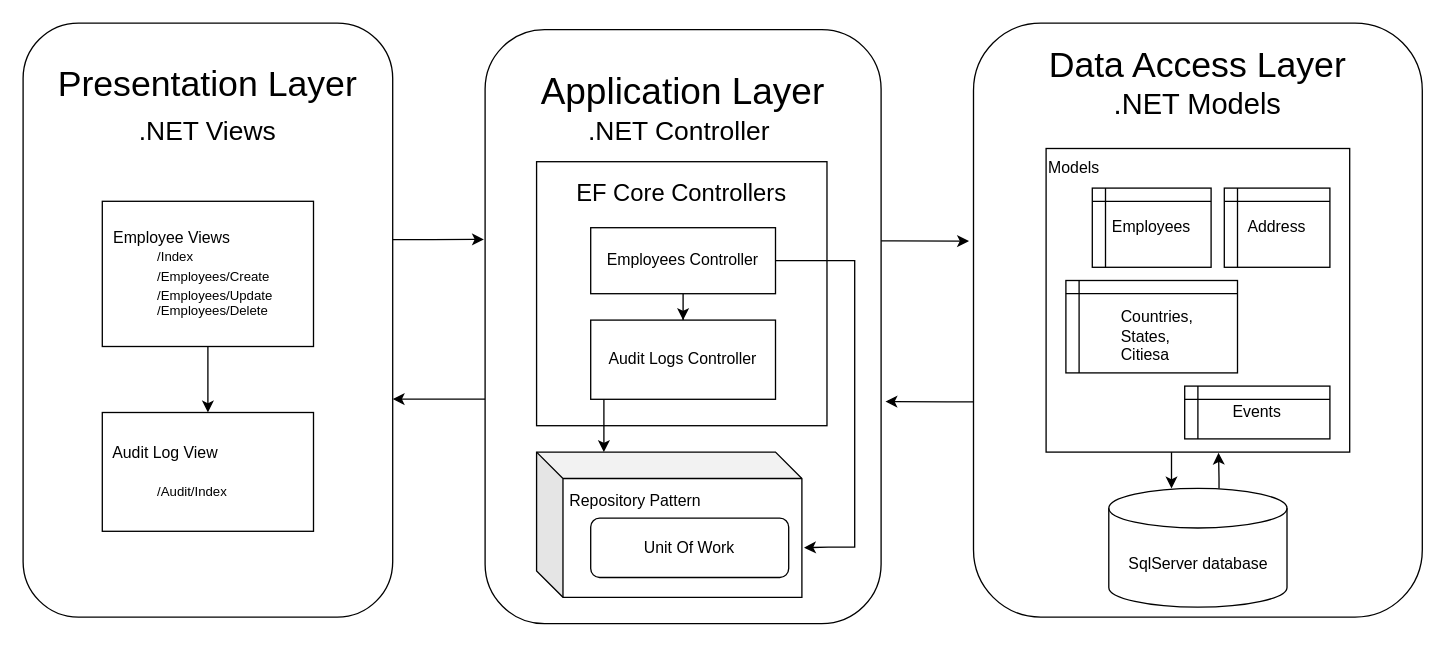
Above: src/assets/Untitled Diagram.drawio in ShivaShirsath/React-AuditForEmp (draw.io), before the change. Source tidied: cells renumbered, new cells numbered last; positions are measured from the earlier drawing's top-left corner, leaving out a move shared by most shapes. Both pictures are drawn from the tidied source at 132%, with x=0, y=0 at pixel (22, 22).
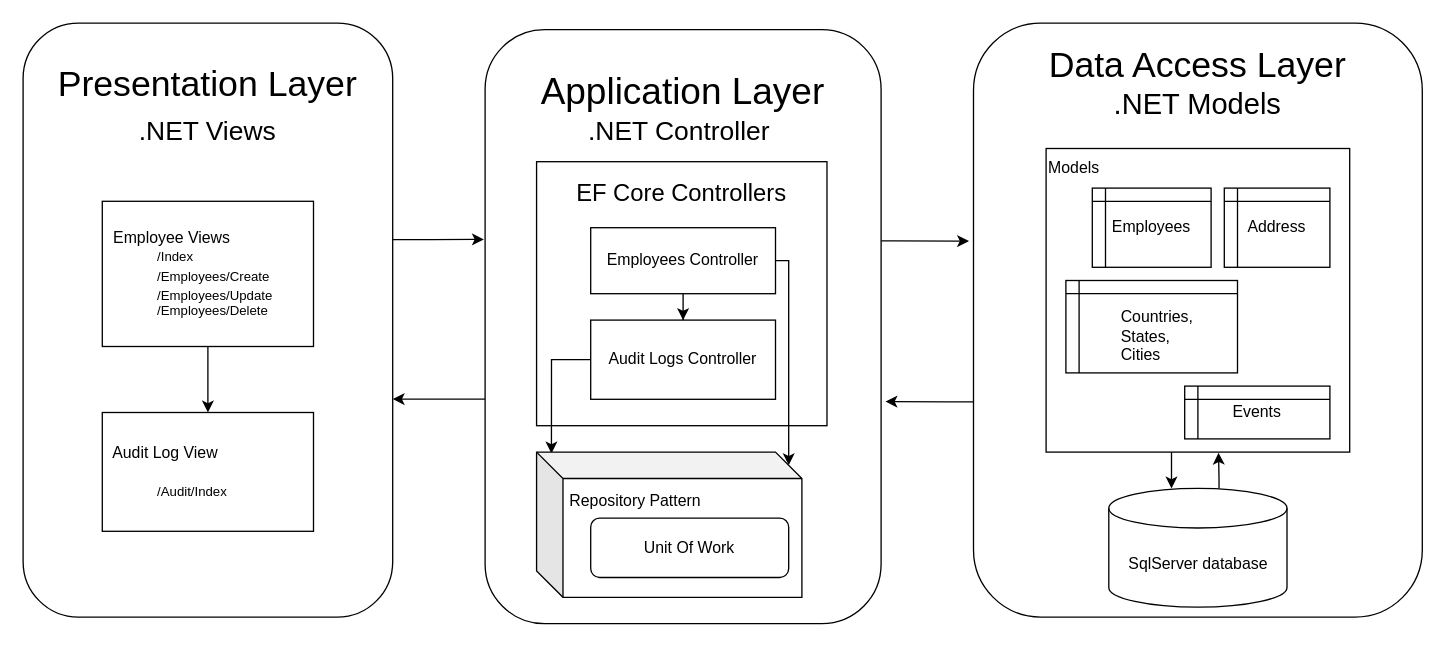
After the change.

The change refers to these unchanged cells:
```xml
<mxCell id="15" value="Employees Controller" style="rounded=0;whiteSpace=wrap;html=1;" parent="1" vertex="1">
  <mxGeometry x="430" y="155" width="140" height="50" as="geometry" />
</mxCell>
<mxCell id="17" value="Audit Logs Controller" style="rounded=0;whiteSpace=wrap;html=1;" parent="1" vertex="1">
  <mxGeometry x="430" y="225" width="140" height="60" as="geometry" />
</mxCell>
<mxCell id="27" value="&amp;nbsp;Repository Pattern&amp;nbsp;&lt;font style=&quot;font-size: 2px;&quot;&gt;&lt;br&gt;&lt;br&gt;&lt;br&gt;&lt;/font&gt;&lt;br&gt;&lt;br&gt;" style="shape=cube;whiteSpace=wrap;html=1;boundedLbl=1;backgroundOutline=1;darkOpacity=0.05;darkOpacity2=0.1;align=left;" parent="1" vertex="1">
  <mxGeometry x="389" y="325" width="201" height="110" as="geometry" />
</mxCell>
```

What changed in the source:
```diff
@@
-    <mxCell id="14" style="edgeStyle=orthogonalEdgeStyle;rounded=0;jettySize=auto;html=1;entryX=1.008;entryY=0.658;entryDx=0;entryDy=0;entryPerimeter=0;" parent="1" edge="1" source="15" target="27">
+    <mxCell id="14" style="edgeStyle=orthogonalEdgeStyle;rounded=0;jettySize=auto;html=1;entryX=0;entryY=0;entryDx=191;entryDy=10;entryPerimeter=0;" parent="1" edge="1" source="15" target="27">
       <mxGeometry relative="1" as="geometry">
         <Array as="points">
-          <mxPoint x="630" y="180" />
-          <mxPoint x="630" y="397" />
-          <mxPoint x="610" y="397" />
+          <mxPoint x="580" y="180" />
         </Array>
       </mxGeometry>
     </mxCell>
@@
-    <mxCell id="16" style="edgeStyle=orthogonalEdgeStyle;rounded=0;orthogonalLoop=1;jettySize=auto;html=1;" parent="1" edge="1">
-      <mxGeometry relative="1" as="geometry">
-        <mxPoint x="440" y="285" as="sourcePoint" />
-        <mxPoint x="440" y="325" as="targetPoint" />
-        <Array as="points">
-          <mxPoint x="440" y="315" />
-          <mxPoint x="440" y="315" />
-        </Array>
-      </mxGeometry>
-    </mxCell>
+    <mxCell id="29" style="edgeStyle=orthogonalEdgeStyle;rounded=0;jettySize=auto;html=1;entryX=0.056;entryY=0.01;entryDx=0;entryDy=0;entryPerimeter=0;" parent="1" edge="1" source="17" target="27">
+      <mxGeometry relative="1" as="geometry">
+        <Array as="points">
+          <mxPoint x="400" y="255" />
+          <mxPoint x="400" y="326" />
+          <mxPoint x="400" y="326" />
+        </Array>
+      </mxGeometry>
+    </mxCell>
@@
-    <mxCell id="25" value="&lt;blockquote style=&quot;margin: 0 0 0 40px; border: none; padding: 0px;&quot;&gt;&lt;br&gt;&lt;/blockquote&gt;&lt;blockquote style=&quot;margin: 0 0 0 40px; border: none; padding: 0px;&quot;&gt;Countries,&lt;br&gt;States,&lt;br&gt;Citiesa&lt;/blockquote&gt;" style="shape=internalStorage;whiteSpace=wrap;html=1;backgroundOutline=1;dx=10;dy=10;align=left;" parent="1" vertex="1">
+    <mxCell id="25" value="&lt;blockquote style=&quot;margin: 0 0 0 40px; border: none; padding: 0px;&quot;&gt;&lt;br&gt;&lt;/blockquote&gt;&lt;blockquote style=&quot;margin: 0 0 0 40px; border: none; padding: 0px;&quot;&gt;Countries,&lt;br&gt;States,&lt;br&gt;Cities&lt;/blockquote&gt;" style="shape=internalStorage;whiteSpace=wrap;html=1;backgroundOutline=1;dx=10;dy=10;align=left;" parent="1" vertex="1">
       <mxGeometry x="790" y="195" width="130" height="70" as="geometry" />
     </mxCell>
```
